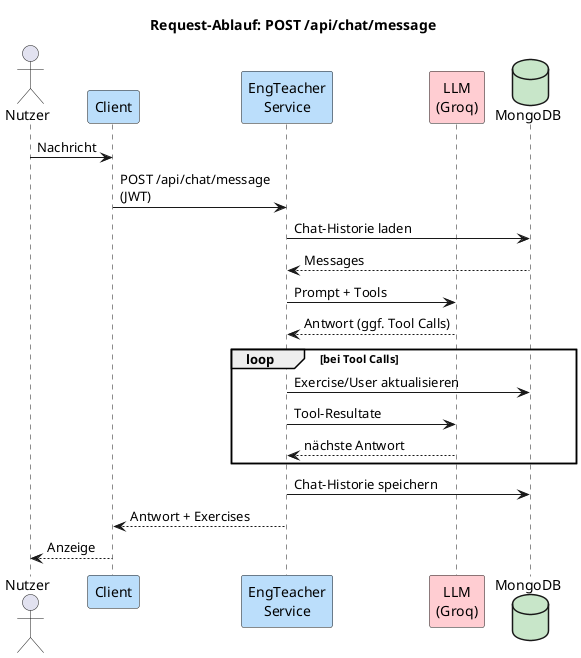
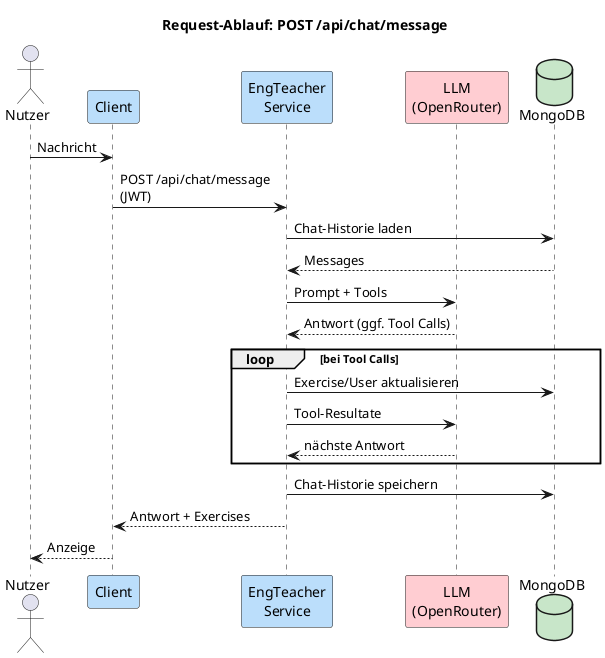
@startuml chat-request-sequence
title Request-Ablauf: POST /api/chat/message

skinparam shadowing false
skinparam defaultFontName Helvetica

!$app = "#BBDEFB"
!$db  = "#C8E6C9"
!$llm = "#FFCDD2"

actor Nutzer
participant "Client"             as client  $app
participant "EngTeacher\nService" as service $app
- participant "LLM\n(Groq)"        as llm     $llm
+ participant "LLM\n(OpenRouter)"        as llm     $llm
database    "MongoDB"            as mongo   $db

Nutzer -> client : Nachricht
client -> service : POST /api/chat/message\n(JWT)

service -> mongo : Chat-Historie laden
mongo --> service : Messages

service -> llm : Prompt + Tools
llm --> service : Antwort (ggf. Tool Calls)

loop bei Tool Calls
  service -> mongo : Exercise/User aktualisieren
  service -> llm : Tool-Resultate
  llm --> service : nächste Antwort
end

service -> mongo : Chat-Historie speichern
service --> client : Antwort + Exercises
client --> Nutzer : Anzeige

@enduml
